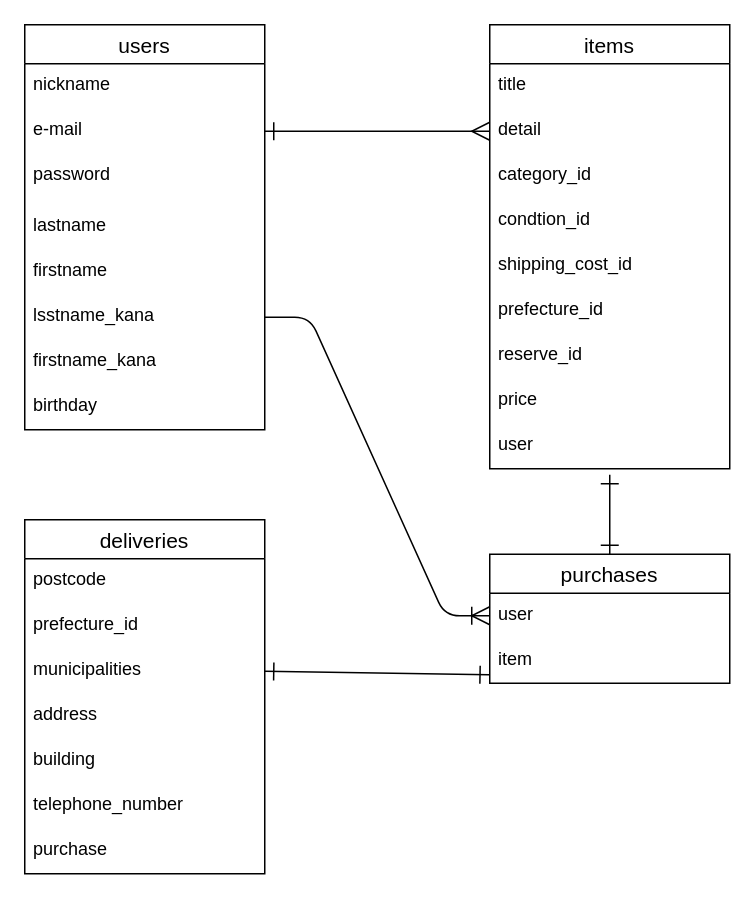
Before: furima.dio in nininishishishi/furima-38733, a draw.io diagram. Source tidied: cells renumbered, new cells numbered last; positions are measured from the earlier drawing's top-left corner, leaving out a move shared by most shapes. Both pictures are drawn from the tidied source at 150%, with x=0, y=0 at pixel (24, 24).
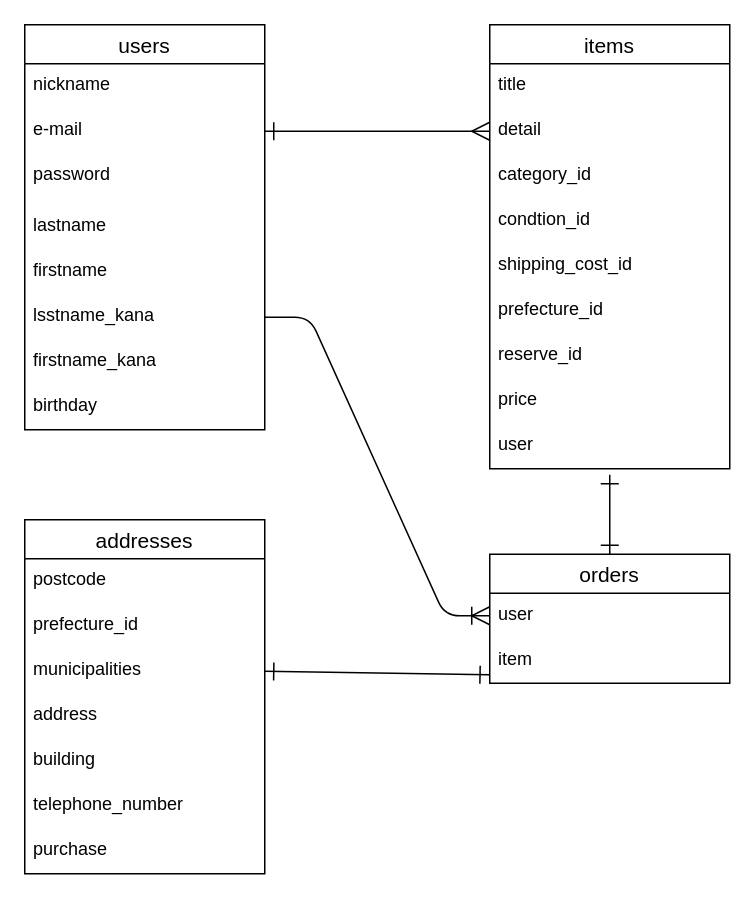
The same page after the edit.

The edit, as a diff of the source:
```diff
@@
-    <mxCell id="22" value="deliveries" style="swimlane;fontStyle=0;horizontal=1;startSize=26;align=center;fontSize=14;" parent="1" vertex="1">
+    <mxCell id="22" value="addresses" style="swimlane;fontStyle=0;horizontal=1;startSize=26;align=center;fontSize=14;" parent="1" vertex="1">
       <mxGeometry y="330" width="160" height="236" as="geometry" />
     </mxCell>
@@
-    <mxCell id="33" value="purchases" style="swimlane;fontStyle=0;horizontal=1;startSize=26;align=center;fontSize=14;" parent="1" vertex="1">
+    <mxCell id="33" value="orders" style="swimlane;fontStyle=0;horizontal=1;startSize=26;align=center;fontSize=14;" parent="1" vertex="1">
       <mxGeometry x="310" y="353" width="160" height="86" as="geometry" />
     </mxCell>
```
